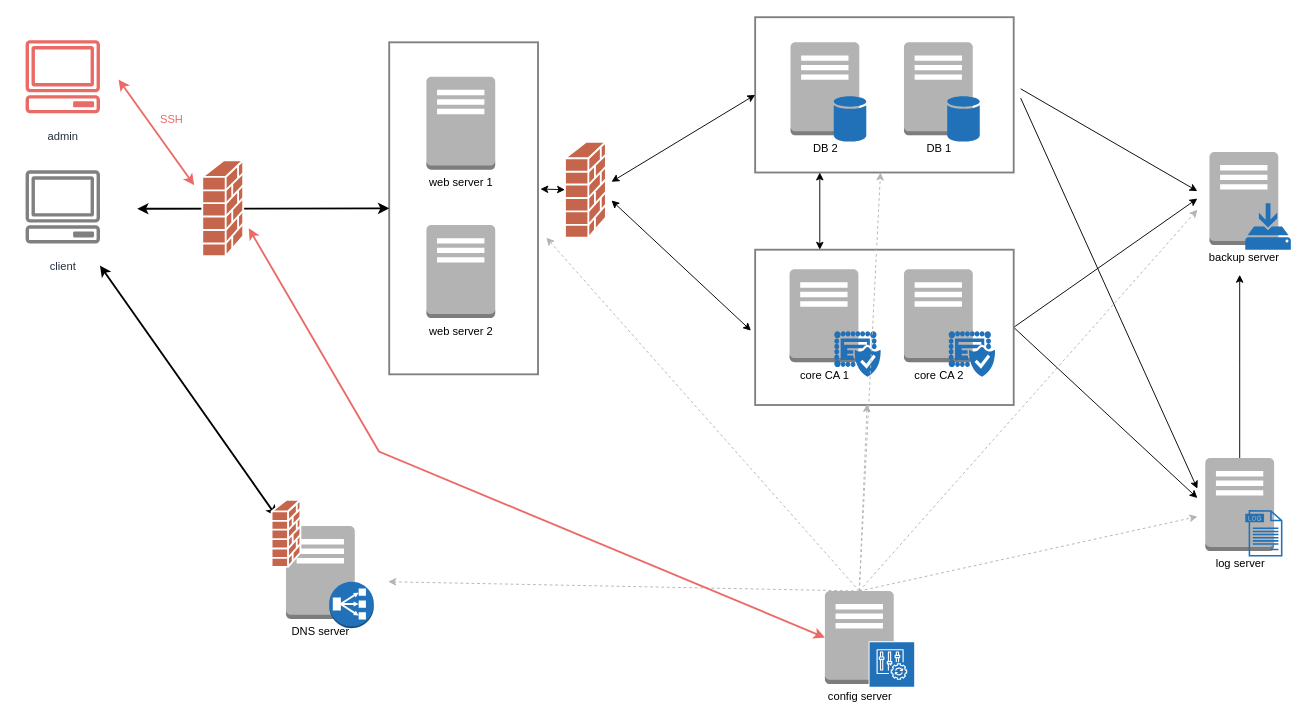
The draw.io diagram figures/ASL_Architecture_Draft.drawio in Liblor/applied_sec_lab, before the edit. Source tidied: cells renumbered, new cells numbered last; positions are measured from the earlier drawing's top-left corner, leaving out a move shared by most shapes. Both pictures are drawn from the tidied source at 93%, with x=0, y=0 at pixel (16, 17).
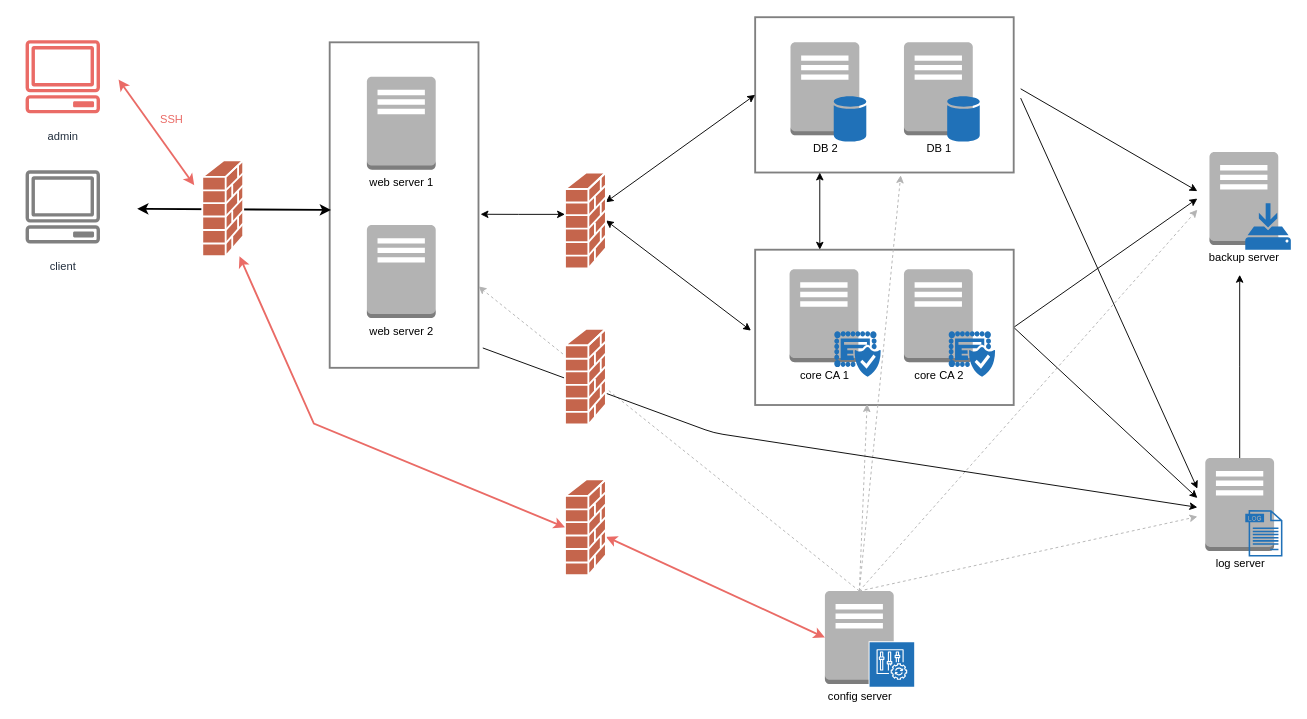
The same page after the edit.

Unchanged cells that the change refers to:
```xml
<mxCell id="6" style="rounded=0;whiteSpace=wrap;html=1;strokeColor=#808080;strokeWidth=2;fillColor=none;" parent="1" vertex="1">
  <mxGeometry x="794.5" width="278" height="167" as="geometry" />
</mxCell>
<mxCell id="38" value="config server" style="outlineConnect=0;dashed=0;verticalLabelPosition=bottom;verticalAlign=top;align=center;html=1;shape=mxgraph.aws3.traditional_server;fillColor=#B3B3B3;gradientColor=none;" parent="37" vertex="1">
  <mxGeometry width="74" height="100" as="geometry" />
</mxCell>
```

What changed in the source:
```diff
@@
     <mxCell id="2" style="rounded=0;whiteSpace=wrap;html=1;strokeColor=#808080;strokeWidth=2;fillColor=none;" parent="1" vertex="1">
-      <mxGeometry x="401" y="27" width="160" height="357" as="geometry" />
+      <mxGeometry x="337" y="27" width="160" height="350" as="geometry" />
     </mxCell>
-    <mxCell id="3" style="edgeStyle=none;rounded=0;jettySize=auto;html=1;exitX=0.5;exitY=0;exitDx=0;exitDy=0;exitPerimeter=0;dashed=1;strokeColor=#B3B3B3;" parent="1" edge="1" source="38">
-      <mxGeometry relative="1" as="geometry">
-        <mxPoint x="400" y="607" as="targetPoint" />
-      </mxGeometry>
-    </mxCell>
@@
-    <mxCell id="11" style="group;" parent="1" vertex="1">
-      <mxGeometry x="290" y="547" width="94.5" height="110" as="geometry" />
-    </mxCell>
-    <mxCell id="12" value="DNS server" style="dashed=0;verticalLabelPosition=bottom;verticalAlign=top;align=center;html=1;shape=mxgraph.aws3.traditional_server;fillColor=#B3B3B3;gradientColor=none;" parent="11" vertex="1">
-      <mxGeometry width="74" height="100" as="geometry" />
-    </mxCell>
-    <mxCell id="13" style="dashed=0;verticalLabelPosition=bottom;verticalAlign=top;align=center;html=1;shape=mxgraph.aws3.classic_load_balancer;fillColor=#2071B8;gradientColor=none;" parent="11" vertex="1">
-      <mxGeometry x="46.5" y="60" width="48" height="50" as="geometry" />
-    </mxCell>
-    <mxCell id="14" style="edgeStyle=none;rounded=0;jettySize=auto;html=1;entryX=0;entryY=0.5;entryDx=0;entryDy=0;startArrow=classic;startFill=1;" parent="1" edge="1" target="6">
-      <mxGeometry relative="1" as="geometry">
-        <mxPoint x="640" y="177" as="sourcePoint" />
-      </mxGeometry>
+    <mxCell id="14" style="edgeStyle=none;rounded=0;jettySize=auto;html=1;entryX=0;entryY=0.5;entryDx=0;entryDy=0;startArrow=classic;startFill=1;exitX=0.993;exitY=0.311;exitDx=0;exitDy=0;exitPerimeter=0;" parent="1" edge="1" source="50" target="6">
+      <mxGeometry relative="1" as="geometry" />
     </mxCell>
-    <mxCell id="15" style="edgeStyle=none;rounded=0;orthogonalLoop=1;jettySize=auto;html=1;startArrow=classic;startFill=1;" parent="1" edge="1">
+    <mxCell id="15" style="edgeStyle=none;rounded=0;jettySize=auto;html=1;startArrow=classic;startFill=1;exitX=1;exitY=0.5;exitDx=0;exitDy=0;exitPerimeter=0;" parent="1" edge="1" source="50">
       <mxGeometry relative="1" as="geometry">
-        <mxPoint x="640" y="197" as="sourcePoint" />
         <mxPoint x="790" y="337" as="targetPoint" />
       </mxGeometry>
     </mxCell>
     <mxCell id="16" value="web server 1" style="dashed=0;verticalLabelPosition=bottom;verticalAlign=top;align=center;html=1;shape=mxgraph.aws3.traditional_server;fillColor=#B3B3B3;gradientColor=none;" parent="1" vertex="1">
-      <mxGeometry x="441" y="64" width="74" height="100" as="geometry" />
+      <mxGeometry x="377" y="64" width="74" height="100" as="geometry" />
     </mxCell>
@@
-    <mxCell id="42" style="edgeStyle=none;rounded=0;jettySize=auto;html=1;exitX=0.5;exitY=0;exitDx=0;exitDy=0;exitPerimeter=0;dashed=1;strokeColor=#B3B3B3;" parent="1" edge="1" source="38">
-      <mxGeometry relative="1" as="geometry">
-        <mxPoint x="570" y="237" as="targetPoint" />
-      </mxGeometry>
+    <mxCell id="42" style="edgeStyle=none;rounded=0;jettySize=auto;html=1;exitX=0.5;exitY=0;exitDx=0;exitDy=0;exitPerimeter=0;dashed=1;strokeColor=#B3B3B3;entryX=1;entryY=0.75;entryDx=0;entryDy=0;" parent="1" edge="1" source="38" target="2">
+      <mxGeometry relative="1" as="geometry" />
     </mxCell>
     <mxCell id="43" value="web server 2" style="dashed=0;verticalLabelPosition=bottom;verticalAlign=top;align=center;html=1;shape=mxgraph.aws3.traditional_server;fillColor=#B3B3B3;gradientColor=none;" parent="1" vertex="1">
-      <mxGeometry x="441" y="223.5" width="74" height="100" as="geometry" />
+      <mxGeometry x="377" y="223.5" width="74" height="100" as="geometry" />
     </mxCell>
@@
-    <mxCell id="45" style="edgeStyle=none;rounded=0;jettySize=auto;html=1;exitX=0.5;exitY=0;exitDx=0;exitDy=0;exitPerimeter=0;dashed=1;strokeColor=#B3B3B3;" parent="1" edge="1" source="38" target="6">
+    <mxCell id="45" style="edgeStyle=none;rounded=0;jettySize=auto;html=1;exitX=0.5;exitY=0;exitDx=0;exitDy=0;exitPerimeter=0;dashed=1;strokeColor=#B3B3B3;entryX=0.563;entryY=1.018;entryDx=0;entryDy=0;entryPerimeter=0;" parent="1" edge="1" source="38" target="6">
       <mxGeometry relative="1" as="geometry" />
     </mxCell>
-    <mxCell id="46" style="endArrow=classic;html=1;strokeColor=#000000;strokeWidth=2;startArrow=classic;startFill=1;" parent="1" edge="1">
-      <mxGeometry relative="1" as="geometry">
-        <mxPoint x="90" y="267" as="sourcePoint" />
-        <mxPoint x="280" y="537" as="targetPoint" />
-      </mxGeometry>
-    </mxCell>
-    <mxCell id="47" style="endArrow=classic;html=1;strokeColor=#000000;strokeWidth=2;entryX=0;entryY=0.5;entryDx=0;entryDy=0;startArrow=classic;startFill=1;" parent="1" edge="1" target="2">
+    <mxCell id="47" style="endArrow=classic;html=1;strokeColor=#000000;strokeWidth=2;startArrow=classic;startFill=1;entryX=0.009;entryY=0.515;entryDx=0;entryDy=0;entryPerimeter=0;" parent="1" edge="1" target="2">
       <mxGeometry relative="1" as="geometry">
         <mxPoint x="130" y="206" as="sourcePoint" />
       </mxGeometry>
     </mxCell>
@@
-    <mxCell id="49" style="edgeStyle=none;rounded=0;jettySize=auto;html=1;exitX=0;exitY=0.5;exitDx=0;exitDy=0;exitPerimeter=0;entryX=1.016;entryY=0.442;entryDx=0;entryDy=0;entryPerimeter=0;startArrow=classic;startFill=1;strokeColor=#000000;strokeWidth=1;" parent="1" edge="1" source="50" target="2">
-      <mxGeometry relative="1" as="geometry" />
+    <mxCell id="49" style="edgeStyle=none;rounded=0;orthogonalLoop=1;jettySize=auto;html=1;startArrow=classic;startFill=1;strokeColor=#000000;strokeWidth=1;entryX=1.014;entryY=0.454;entryDx=0;entryDy=0;entryPerimeter=0;" parent="1" edge="1">
+      <mxGeometry relative="1" as="geometry">
+        <mxPoint x="590" y="212" as="sourcePoint" />
+        <mxPoint x="499.2" y="211.9" as="targetPoint" />
+        <Array as="points">
+          <mxPoint x="540" y="212" />
+        </Array>
+      </mxGeometry>
     </mxCell>
     <mxCell id="50" style="shape=mxgraph.cisco.security.firewall;html=1;dashed=0;fillColor=#c5654c;strokeColor=#ffffff;strokeWidth=2;verticalLabelPosition=bottom;verticalAlign=top;" parent="1" vertex="1">
-      <mxGeometry x="590" y="134" width="44" height="103" as="geometry" />
+      <mxGeometry x="590" y="167" width="44" height="103" as="geometry" />
     </mxCell>
@@
-    <mxCell id="52" style="shape=mxgraph.cisco.security.firewall;html=1;dashed=0;fillColor=#c5654c;strokeColor=#ffffff;strokeWidth=2;verticalLabelPosition=bottom;verticalAlign=top;" parent="1" vertex="1">
-      <mxGeometry x="274.5" y="519" width="31" height="72" as="geometry" />
-    </mxCell>
@@
-    <mxCell id="55" style="endArrow=classic;html=1;strokeColor=#EA6B66;strokeWidth=2;entryX=0;entryY=0.5;entryDx=0;entryDy=0;startArrow=classic;startFill=1;entryPerimeter=0;rounded=0;" parent="1" edge="1" target="38">
-      <mxGeometry relative="1" as="geometry">
-        <mxPoint x="250" y="227" as="sourcePoint" />
-        <Array as="points">
-          <mxPoint x="390" y="467" />
-        </Array>
-      </mxGeometry>
+    <mxCell id="55" style="endArrow=classic;html=1;strokeColor=#EA6B66;strokeWidth=2;entryX=0;entryY=0.5;entryDx=0;entryDy=0;startArrow=classic;startFill=1;entryPerimeter=0;rounded=0;" parent="1" edge="1" source="57" target="38">
+      <mxGeometry relative="1" as="geometry" />
     </mxCell>
@@
+    <mxCell id="57" style="shape=mxgraph.cisco.security.firewall;html=1;dashed=0;fillColor=#c5654c;strokeColor=#ffffff;strokeWidth=2;verticalLabelPosition=bottom;verticalAlign=top;" parent="1" vertex="1">
+      <mxGeometry x="590" y="497" width="44" height="103" as="geometry" />
+    </mxCell>
+    <mxCell id="58" style="endArrow=classic;html=1;strokeColor=#EA6B66;strokeWidth=2;entryX=0;entryY=0.5;entryDx=0;entryDy=0;startArrow=classic;startFill=1;entryPerimeter=0;rounded=0;" parent="1" edge="1" target="57">
+      <mxGeometry relative="1" as="geometry">
+        <mxPoint x="240" y="257" as="sourcePoint" />
+        <Array as="points">
+          <mxPoint x="320" y="437" />
+        </Array>
+      </mxGeometry>
+    </mxCell>
+    <mxCell id="59" style="endArrow=classic;html=1;exitX=1.029;exitY=0.939;exitDx=0;exitDy=0;exitPerimeter=0;" parent="1" edge="1" source="2">
+      <mxGeometry relative="1" as="geometry">
+        <mxPoint x="1270" y="527" as="targetPoint" />
+        <Array as="points">
+          <mxPoint x="750" y="447" />
+        </Array>
+      </mxGeometry>
+    </mxCell>
+    <mxCell id="60" style="shape=mxgraph.cisco.security.firewall;html=1;dashed=0;fillColor=#c5654c;strokeColor=#ffffff;strokeWidth=2;verticalLabelPosition=bottom;verticalAlign=top;" parent="1" vertex="1">
+      <mxGeometry x="590" y="335" width="44" height="103" as="geometry" />
+    </mxCell>
```
